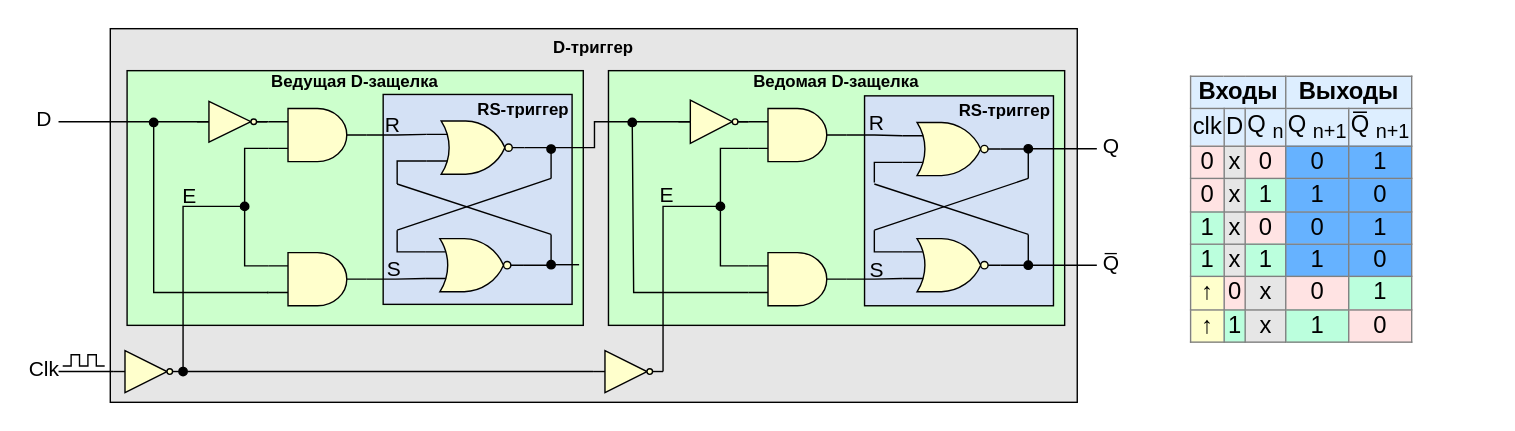
MPSU/APS keeps this draw.io diagram as .pic/Introduction/Sequential logic/fig_05.drawio.svg. Above is the earlier version. Source tidied: cells renumbered, new cells last; positions are measured from the earlier drawing's top-left corner, leaving out a move shared by most shapes.
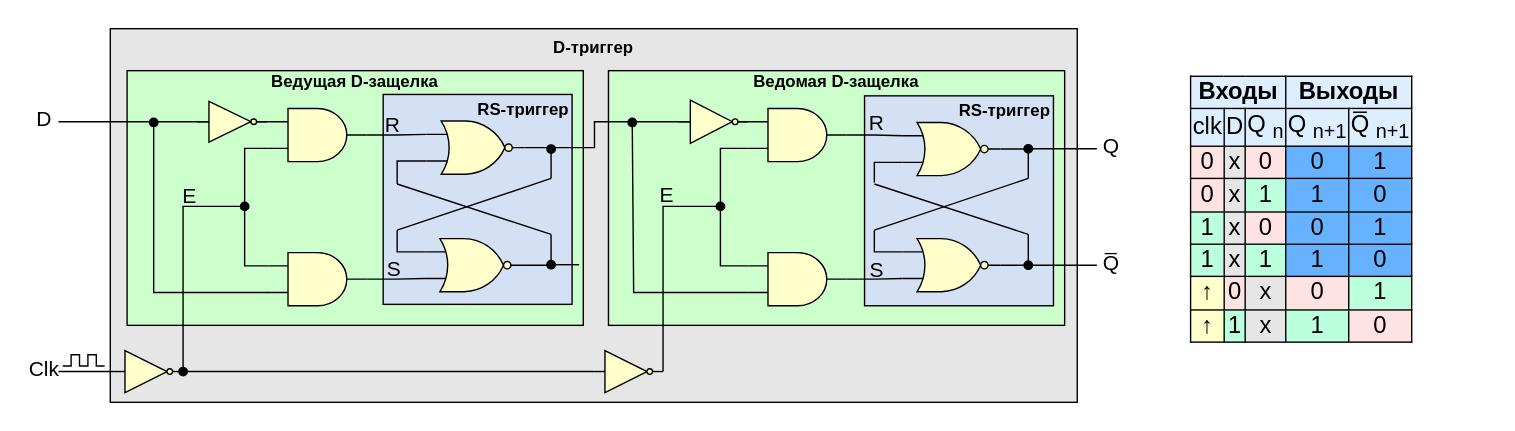
Later version of the same file.

Diff of the diagram source:
```diff
@@ -269,7 +269,7 @@
     <mxCell id="60" style="verticalLabelPosition=bottom;shadow=0;dashed=0;align=center;html=1;verticalAlign=top;shape=mxgraph.electrical.logic_gates.inverter_2;fillColor=#FFFFCC;" parent="1" vertex="1">
       <mxGeometry x="463" y="51" width="50" height="31" as="geometry" />
     </mxCell>
-    <mxCell id="61" value="&lt;table border=&quot;1&quot; class=&quot;wikitable&quot; style=&quot;text-align: center; font-size: 17px; border: 1px solid rgb(128, 128, 128); border-collapse: collapse;&quot; id=&quot;mwAjk&quot;&gt;&lt;tbody id=&quot;mwAjs&quot;&gt;&lt;tr style=&quot;background:#def;&quot; id=&quot;mwAjw&quot;&gt;&lt;td colspan=&quot;3&quot; style=&quot;border: 1px solid rgb(128, 128, 128);&quot;&gt;&lt;b&gt;Входы&lt;/b&gt;&lt;/td&gt;&lt;td colspan=&quot;2&quot; id=&quot;mwAj8&quot; style=&quot;border: 1px solid rgb(128, 128, 128);&quot;&gt;&lt;b id=&quot;mwAkA&quot;&gt;&lt;font style=&quot;font-size: 17px;&quot;&gt;Выходы&lt;/font&gt;&lt;/b&gt;&lt;/td&gt;&lt;/tr&gt;&lt;tr style=&quot;background:#def;&quot; id=&quot;mwAkE&quot;&gt;&lt;td style=&quot;border: 1px solid rgb(128, 128, 128);&quot;&gt;&amp;nbsp; clk&amp;nbsp;&lt;/td&gt;&lt;td id=&quot;mwAkI&quot; style=&quot;border: 1px solid rgb(128, 128, 128);&quot;&gt;&lt;font style=&quot;font-size: 17px;&quot;&gt;&amp;nbsp; &amp;nbsp;D&amp;nbsp; &amp;nbsp;&lt;/font&gt;&lt;/td&gt;&lt;td id=&quot;mwAkM&quot; style=&quot;border: 1px solid rgb(128, 128, 128);&quot;&gt;&lt;font style=&quot;font-size: 17px;&quot;&gt;&amp;nbsp; Q&lt;sub&gt;n&lt;/sub&gt;&amp;nbsp;&amp;nbsp;&lt;/font&gt;&lt;/td&gt;&lt;td id=&quot;mwAkQ&quot; style=&quot;border: 1px solid rgb(128, 128, 128);&quot;&gt;Q&lt;sub&gt;n+1&lt;/sub&gt;&lt;br&gt;&lt;/td&gt;&lt;td id=&quot;mwAkU&quot; style=&quot;border: 1px solid rgb(128, 128, 128);&quot;&gt;Q̅&lt;sub&gt;n+1&lt;/sub&gt;&lt;br&gt;&lt;/td&gt;&lt;/tr&gt;&lt;tr id=&quot;mwAko&quot;&gt;&lt;td style=&quot;background-color: rgb(255, 227, 227); border: 1px solid rgb(128, 128, 128);&quot;&gt;0&lt;/td&gt;&lt;td style=&quot;background-color: rgb(230, 230, 230); border: 1px solid rgb(128, 128, 128);&quot; id=&quot;mwAks&quot;&gt;&lt;font style=&quot;font-size: 17px;&quot;&gt;x&lt;/font&gt;&lt;/td&gt;&lt;td style=&quot;background-color: rgb(255, 227, 227); border: 1px solid rgb(128, 128, 128);&quot; id=&quot;mwAkw&quot;&gt;&lt;font style=&quot;font-size: 17px;&quot;&gt;0&lt;/font&gt;&lt;/td&gt;&lt;td style=&quot;background: rgb(102, 178, 255); color: black; vertical-align: middle; text-align: center; border: 1px solid rgb(128, 128, 128);&quot; class=&quot;table-no2&quot; data-mw=&quot;{&amp;quot;parts&amp;quot;:[&amp;quot;|| &amp;quot;,{&amp;quot;template&amp;quot;:{&amp;quot;target&amp;quot;:{&amp;quot;wt&amp;quot;:&amp;quot;no2&amp;quot;,&amp;quot;href&amp;quot;:&amp;quot;./Template:No2&amp;quot;},&amp;quot;params&amp;quot;:{&amp;quot;1&amp;quot;:{&amp;quot;wt&amp;quot;:&amp;quot;0&amp;quot;}},&amp;quot;i&amp;quot;:0}},&amp;quot; &amp;quot;]}&quot; id=&quot;mwASM&quot;&gt;&lt;font style=&quot;font-size: 17px;&quot;&gt;0&lt;/font&gt;&lt;/td&gt;&lt;td style=&quot;background: rgb(102, 178, 255); color: black; vertical-align: middle; text-align: center; border: 1px solid rgb(128, 128, 128);&quot; class=&quot;table-yes2&quot; data-mw=&quot;{&amp;quot;parts&amp;quot;:[&amp;quot;|| &amp;quot;,{&amp;quot;template&amp;quot;:{&amp;quot;target&amp;quot;:{&amp;quot;wt&amp;quot;:&amp;quot;yes2&amp;quot;,&amp;quot;href&amp;quot;:&amp;quot;./Template:Yes2&amp;quot;},&amp;quot;params&amp;quot;:{&amp;quot;1&amp;quot;:{&amp;quot;wt&amp;quot;:&amp;quot;1&amp;quot;}},&amp;quot;i&amp;quot;:0}},&amp;quot; &amp;quot;]}&quot; id=&quot;mwASc&quot;&gt;&lt;font style=&quot;font-size: 17px;&quot;&gt;1&lt;/font&gt;&lt;/td&gt;&lt;/tr&gt;&lt;tr id=&quot;mwAlM&quot;&gt;&lt;td style=&quot;background-color: rgb(255, 227, 227); border: 1px solid rgb(128, 128, 128);&quot;&gt;0&lt;/td&gt;&lt;td style=&quot;background-color: rgb(230, 230, 230); border: 1px solid rgb(128, 128, 128);&quot; id=&quot;mwAlQ&quot;&gt;&lt;font style=&quot;font-size: 17px;&quot;&gt;x&lt;/font&gt;&lt;/td&gt;&lt;td style=&quot;background-color: rgb(187, 255, 221); border: 1px solid rgb(128, 128, 128);&quot; id=&quot;mwAlU&quot;&gt;&lt;font style=&quot;font-size: 17px;&quot;&gt;1&lt;/font&gt;&lt;/td&gt;&lt;td style=&quot;background: rgb(102, 178, 255); color: black; vertical-align: middle; text-align: center; border: 1px solid rgb(128, 128, 128);&quot; class=&quot;table-no2&quot; data-mw=&quot;{&amp;quot;parts&amp;quot;:[&amp;quot;|| &amp;quot;,{&amp;quot;template&amp;quot;:{&amp;quot;target&amp;quot;:{&amp;quot;wt&amp;quot;:&amp;quot;no2&amp;quot;,&amp;quot;href&amp;quot;:&amp;quot;./Template:No2&amp;quot;},&amp;quot;params&amp;quot;:{&amp;quot;1&amp;quot;:{&amp;quot;wt&amp;quot;:&amp;quot;0&amp;quot;}},&amp;quot;i&amp;quot;:0}},&amp;quot; &amp;quot;]}&quot; id=&quot;mwASM&quot;&gt;1&lt;/td&gt;&lt;td style=&quot;background: rgb(102, 178, 255); color: black; vertical-align: middle; text-align: center; border: 1px solid rgb(128, 128, 128);&quot; class=&quot;table-yes2&quot; data-mw=&quot;{&amp;quot;parts&amp;quot;:[&amp;quot;|| &amp;quot;,{&amp;quot;template&amp;quot;:{&amp;quot;target&amp;quot;:{&amp;quot;wt&amp;quot;:&amp;quot;yes2&amp;quot;,&amp;quot;href&amp;quot;:&amp;quot;./Template:Yes2&amp;quot;},&amp;quot;params&amp;quot;:{&amp;quot;1&amp;quot;:{&amp;quot;wt&amp;quot;:&amp;quot;1&amp;quot;}},&amp;quot;i&amp;quot;:0}},&amp;quot; &amp;quot;]}&quot; id=&quot;mwASc&quot;&gt;&lt;font style=&quot;font-size: 17px;&quot;&gt;0&lt;/font&gt;&lt;/td&gt;&lt;/tr&gt;&lt;tr id=&quot;mwAlw&quot;&gt;&lt;td style=&quot;background-color: rgb(187, 255, 221); border: 1px solid rgb(128, 128, 128);&quot;&gt;1&lt;/td&gt;&lt;td style=&quot;background-color: rgb(230, 230, 230); border: 1px solid rgb(128, 128, 128);&quot; id=&quot;mwAl0&quot;&gt;&lt;font style=&quot;font-size: 17px;&quot;&gt;x&lt;/font&gt;&lt;/td&gt;&lt;td style=&quot;background-color: rgb(255, 227, 227); border: 1px solid rgb(128, 128, 128);&quot; id=&quot;mwAl4&quot;&gt;0&lt;/td&gt;&lt;td style=&quot;background: rgb(102, 178, 255); color: black; vertical-align: middle; text-align: center; border: 1px solid rgb(128, 128, 128);&quot; class=&quot;table-no2&quot; data-mw=&quot;{&amp;quot;parts&amp;quot;:[&amp;quot;|| &amp;quot;,{&amp;quot;template&amp;quot;:{&amp;quot;target&amp;quot;:{&amp;quot;wt&amp;quot;:&amp;quot;no2&amp;quot;,&amp;quot;href&amp;quot;:&amp;quot;./Template:No2&amp;quot;},&amp;quot;params&amp;quot;:{&amp;quot;1&amp;quot;:{&amp;quot;wt&amp;quot;:&amp;quot;0&amp;quot;}},&amp;quot;i&amp;quot;:0}},&amp;quot; &amp;quot;]}&quot; id=&quot;mwASM&quot;&gt;&lt;font style=&quot;font-size: 17px;&quot;&gt;0&lt;/font&gt;&lt;/td&gt;&lt;td style=&quot;background: rgb(102, 178, 255); color: black; vertical-align: middle; text-align: center; border: 1px solid rgb(128, 128, 128);&quot; class=&quot;table-yes2&quot; data-mw=&quot;{&amp;quot;parts&amp;quot;:[&amp;quot;|| &amp;quot;,{&amp;quot;template&amp;quot;:{&amp;quot;target&amp;quot;:{&amp;quot;wt&amp;quot;:&amp;quot;yes2&amp;quot;,&amp;quot;href&amp;quot;:&amp;quot;./Template:Yes2&amp;quot;},&amp;quot;params&amp;quot;:{&amp;quot;1&amp;quot;:{&amp;quot;wt&amp;quot;:&amp;quot;1&amp;quot;}},&amp;quot;i&amp;quot;:0}},&amp;quot; &amp;quot;]}&quot; id=&quot;mwASc&quot;&gt;&lt;font style=&quot;font-size: 17px;&quot;&gt;1&lt;/font&gt;&lt;/td&gt;&lt;/tr&gt;&lt;tr id=&quot;mwAmU&quot;&gt;&lt;td style=&quot;background-color: rgb(187, 255, 221); border: 1px solid rgb(128, 128, 128);&quot;&gt;1&lt;/td&gt;&lt;td style=&quot;background-color: rgb(230, 230, 230); border: 1px solid rgb(128, 128, 128);&quot; id=&quot;mwAmY&quot;&gt;&lt;font style=&quot;font-size: 17px;&quot;&gt;x&lt;/font&gt;&lt;/td&gt;&lt;td style=&quot;background-color: rgb(187, 255, 221); border: 1px solid rgb(128, 128, 128);&quot; id=&quot;mwAmc&quot;&gt;&lt;font style=&quot;font-size: 17px;&quot;&gt;1&lt;/font&gt;&lt;/td&gt;&lt;td style=&quot;background: rgb(102, 178, 255); color: black; vertical-align: middle; text-align: center; border: 1px solid rgb(128, 128, 128);&quot; class=&quot;table-yes2&quot; data-mw=&quot;{&amp;quot;parts&amp;quot;:[&amp;quot;|| &amp;quot;,{&amp;quot;template&amp;quot;:{&amp;quot;target&amp;quot;:{&amp;quot;wt&amp;quot;:&amp;quot;yes2&amp;quot;,&amp;quot;href&amp;quot;:&amp;quot;./Template:Yes2&amp;quot;},&amp;quot;params&amp;quot;:{&amp;quot;1&amp;quot;:{&amp;quot;wt&amp;quot;:&amp;quot;1&amp;quot;}},&amp;quot;i&amp;quot;:0}},&amp;quot; &amp;quot;]}&quot; id=&quot;mwASc&quot;&gt;&lt;font style=&quot;font-size: 17px;&quot;&gt;1&lt;/font&gt;&lt;/td&gt;&lt;td style=&quot;background: rgb(102, 178, 255); color: black; vertical-align: middle; text-align: center; border: 1px solid rgb(128, 128, 128);&quot; class=&quot;table-no2&quot; data-mw=&quot;{&amp;quot;parts&amp;quot;:[&amp;quot;|| &amp;quot;,{&amp;quot;template&amp;quot;:{&amp;quot;target&amp;quot;:{&amp;quot;wt&amp;quot;:&amp;quot;no2&amp;quot;,&amp;quot;href&amp;quot;:&amp;quot;./Template:No2&amp;quot;},&amp;quot;params&amp;quot;:{&amp;quot;1&amp;quot;:{&amp;quot;wt&amp;quot;:&amp;quot;0&amp;quot;}},&amp;quot;i&amp;quot;:0}},&amp;quot; &amp;quot;]}&quot; id=&quot;mwASM&quot;&gt;&lt;font style=&quot;font-size: 17px;&quot;&gt;0&lt;/font&gt;&lt;/td&gt;&lt;/tr&gt;&lt;tr&gt;&lt;td style=&quot;background-color: rgb(255, 255, 204); border: 1px solid rgb(128, 128, 128);&quot;&gt;&lt;span style=&quot;&quot;&gt;↑&lt;/span&gt;&lt;/td&gt;&lt;td style=&quot;background-color: rgb(255, 227, 227); border: 1px solid rgb(128, 128, 128);&quot;&gt;0&lt;/td&gt;&lt;td style=&quot;background-color: rgb(230, 230, 230); border: 1px solid rgb(128, 128, 128);&quot;&gt;x&lt;/td&gt;&lt;td style=&quot;background-color: rgb(255, 227, 227); border: 1px solid rgb(128, 128, 128);&quot;&gt;0&lt;/td&gt;&lt;td style=&quot;background-color: rgb(187, 255, 221); border: 1px solid rgb(128, 128, 128);&quot;&gt;1&lt;/td&gt;&lt;/tr&gt;&lt;tr&gt;&lt;td style=&quot;background-color: rgb(255, 255, 204); border: 1px solid rgb(128, 128, 128);&quot;&gt;&lt;span style=&quot;&quot;&gt;↑&lt;/span&gt;&lt;br&gt;&lt;/td&gt;&lt;td style=&quot;background-color: rgb(187, 255, 221); border: 1px solid rgb(128, 128, 128);&quot;&gt;1&lt;/td&gt;&lt;td style=&quot;background-color: rgb(230, 230, 230); border: 1px solid rgb(128, 128, 128);&quot;&gt;x&lt;/td&gt;&lt;td style=&quot;background-color: rgb(187, 255, 221); border: 1px solid rgb(128, 128, 128);&quot;&gt;1&lt;/td&gt;&lt;td style=&quot;background-color: rgb(255, 227, 227); border: 1px solid rgb(128, 128, 128);&quot;&gt;0&lt;/td&gt;&lt;/tr&gt;&lt;/tbody&gt;&lt;/table&gt;" style="text;whiteSpace=wrap;html=1;" parent="1" vertex="1">
+    <mxCell id="61" value="&lt;table border=&quot;1&quot; class=&quot;wikitable&quot; style=&quot;text-align: center; font-size: 17px; border: 1px solid rgb(0, 0, 0); border-collapse: collapse;&quot; id=&quot;mwAjk&quot;&gt;&lt;tbody id=&quot;mwAjs&quot;&gt;&lt;tr style=&quot;background:#def;&quot; id=&quot;mwAjw&quot;&gt;&lt;td colspan=&quot;3&quot; style=&quot;border: 1px solid rgb(0, 0, 0);&quot;&gt;&lt;b&gt;Входы&lt;/b&gt;&lt;/td&gt;&lt;td colspan=&quot;2&quot; id=&quot;mwAj8&quot; style=&quot;border: 1px solid rgb(0, 0, 0);&quot;&gt;&lt;b id=&quot;mwAkA&quot;&gt;&lt;font style=&quot;font-size: 17px;&quot;&gt;Выходы&lt;/font&gt;&lt;/b&gt;&lt;/td&gt;&lt;/tr&gt;&lt;tr style=&quot;background:#def;&quot; id=&quot;mwAkE&quot;&gt;&lt;td style=&quot;border: 1px solid rgb(0, 0, 0);&quot;&gt;&amp;nbsp; clk&amp;nbsp;&lt;/td&gt;&lt;td id=&quot;mwAkI&quot; style=&quot;border: 1px solid rgb(0, 0, 0);&quot;&gt;&lt;font style=&quot;font-size: 17px;&quot;&gt;&amp;nbsp; &amp;nbsp;D&amp;nbsp; &amp;nbsp;&lt;/font&gt;&lt;/td&gt;&lt;td id=&quot;mwAkM&quot; style=&quot;border: 1px solid rgb(0, 0, 0);&quot;&gt;&lt;font style=&quot;font-size: 17px;&quot;&gt;&amp;nbsp; Q&lt;sub&gt;n&lt;/sub&gt;&amp;nbsp;&amp;nbsp;&lt;/font&gt;&lt;/td&gt;&lt;td id=&quot;mwAkQ&quot; style=&quot;border: 1px solid rgb(0, 0, 0);&quot;&gt;Q&lt;sub&gt;n+1&lt;/sub&gt;&lt;br&gt;&lt;/td&gt;&lt;td id=&quot;mwAkU&quot; style=&quot;border: 1px solid rgb(0, 0, 0);&quot;&gt;Q̅&lt;sub&gt;n+1&lt;/sub&gt;&lt;br&gt;&lt;/td&gt;&lt;/tr&gt;&lt;tr id=&quot;mwAko&quot;&gt;&lt;td style=&quot;background-color: rgb(255, 227, 227); border: 1px solid rgb(0, 0, 0);&quot;&gt;0&lt;/td&gt;&lt;td style=&quot;background-color: rgb(230, 230, 230); border: 1px solid rgb(0, 0, 0);&quot; id=&quot;mwAks&quot;&gt;&lt;font style=&quot;font-size: 17px;&quot;&gt;x&lt;/font&gt;&lt;/td&gt;&lt;td style=&quot;background-color: rgb(255, 227, 227); border: 1px solid rgb(0, 0, 0);&quot; id=&quot;mwAkw&quot;&gt;&lt;font style=&quot;font-size: 17px;&quot;&gt;0&lt;/font&gt;&lt;/td&gt;&lt;td style=&quot;background: rgb(102, 178, 255); color: black; vertical-align: middle; text-align: center; border: 1px solid rgb(0, 0, 0);&quot; class=&quot;table-no2&quot; data-mw=&quot;{&amp;quot;parts&amp;quot;:[&amp;quot;|| &amp;quot;,{&amp;quot;template&amp;quot;:{&amp;quot;target&amp;quot;:{&amp;quot;wt&amp;quot;:&amp;quot;no2&amp;quot;,&amp;quot;href&amp;quot;:&amp;quot;./Template:No2&amp;quot;},&amp;quot;params&amp;quot;:{&amp;quot;1&amp;quot;:{&amp;quot;wt&amp;quot;:&amp;quot;0&amp;quot;}},&amp;quot;i&amp;quot;:0}},&amp;quot; &amp;quot;]}&quot; id=&quot;mwASM&quot;&gt;&lt;font style=&quot;font-size: 17px;&quot;&gt;0&lt;/font&gt;&lt;/td&gt;&lt;td style=&quot;background: rgb(102, 178, 255); color: black; vertical-align: middle; text-align: center; border: 1px solid rgb(0, 0, 0);&quot; class=&quot;table-yes2&quot; data-mw=&quot;{&amp;quot;parts&amp;quot;:[&amp;quot;|| &amp;quot;,{&amp;quot;template&amp;quot;:{&amp;quot;target&amp;quot;:{&amp;quot;wt&amp;quot;:&amp;quot;yes2&amp;quot;,&amp;quot;href&amp;quot;:&amp;quot;./Template:Yes2&amp;quot;},&amp;quot;params&amp;quot;:{&amp;quot;1&amp;quot;:{&amp;quot;wt&amp;quot;:&amp;quot;1&amp;quot;}},&amp;quot;i&amp;quot;:0}},&amp;quot; &amp;quot;]}&quot; id=&quot;mwASc&quot;&gt;&lt;font style=&quot;font-size: 17px;&quot;&gt;1&lt;/font&gt;&lt;/td&gt;&lt;/tr&gt;&lt;tr id=&quot;mwAlM&quot;&gt;&lt;td style=&quot;background-color: rgb(255, 227, 227); border: 1px solid rgb(0, 0, 0);&quot;&gt;0&lt;/td&gt;&lt;td style=&quot;background-color: rgb(230, 230, 230); border: 1px solid rgb(0, 0, 0);&quot; id=&quot;mwAlQ&quot;&gt;&lt;font style=&quot;font-size: 17px;&quot;&gt;x&lt;/font&gt;&lt;/td&gt;&lt;td style=&quot;background-color: rgb(187, 255, 221); border: 1px solid rgb(0, 0, 0);&quot; id=&quot;mwAlU&quot;&gt;&lt;font style=&quot;font-size: 17px;&quot;&gt;1&lt;/font&gt;&lt;/td&gt;&lt;td style=&quot;background: rgb(102, 178, 255); color: black; vertical-align: middle; text-align: center; border: 1px solid rgb(0, 0, 0);&quot; class=&quot;table-no2&quot; data-mw=&quot;{&amp;quot;parts&amp;quot;:[&amp;quot;|| &amp;quot;,{&amp;quot;template&amp;quot;:{&amp;quot;target&amp;quot;:{&amp;quot;wt&amp;quot;:&amp;quot;no2&amp;quot;,&amp;quot;href&amp;quot;:&amp;quot;./Template:No2&amp;quot;},&amp;quot;params&amp;quot;:{&amp;quot;1&amp;quot;:{&amp;quot;wt&amp;quot;:&amp;quot;0&amp;quot;}},&amp;quot;i&amp;quot;:0}},&amp;quot; &amp;quot;]}&quot; id=&quot;mwASM&quot;&gt;1&lt;/td&gt;&lt;td style=&quot;background: rgb(102, 178, 255); color: black; vertical-align: middle; text-align: center; border: 1px solid rgb(0, 0, 0);&quot; class=&quot;table-yes2&quot; data-mw=&quot;{&amp;quot;parts&amp;quot;:[&amp;quot;|| &amp;quot;,{&amp;quot;template&amp;quot;:{&amp;quot;target&amp;quot;:{&amp;quot;wt&amp;quot;:&amp;quot;yes2&amp;quot;,&amp;quot;href&amp;quot;:&amp;quot;./Template:Yes2&amp;quot;},&amp;quot;params&amp;quot;:{&amp;quot;1&amp;quot;:{&amp;quot;wt&amp;quot;:&amp;quot;1&amp;quot;}},&amp;quot;i&amp;quot;:0}},&amp;quot; &amp;quot;]}&quot; id=&quot;mwASc&quot;&gt;&lt;font style=&quot;font-size: 17px;&quot;&gt;0&lt;/font&gt;&lt;/td&gt;&lt;/tr&gt;&lt;tr id=&quot;mwAlw&quot;&gt;&lt;td style=&quot;background-color: rgb(187, 255, 221); border: 1px solid rgb(0, 0, 0);&quot;&gt;1&lt;/td&gt;&lt;td style=&quot;background-color: rgb(230, 230, 230); border: 1px solid rgb(0, 0, 0);&quot; id=&quot;mwAl0&quot;&gt;&lt;font style=&quot;font-size: 17px;&quot;&gt;x&lt;/font&gt;&lt;/td&gt;&lt;td style=&quot;background-color: rgb(255, 227, 227); border: 1px solid rgb(0, 0, 0);&quot; id=&quot;mwAl4&quot;&gt;0&lt;/td&gt;&lt;td style=&quot;background: rgb(102, 178, 255); color: black; vertical-align: middle; text-align: center; border: 1px solid rgb(0, 0, 0);&quot; class=&quot;table-no2&quot; data-mw=&quot;{&amp;quot;parts&amp;quot;:[&amp;quot;|| &amp;quot;,{&amp;quot;template&amp;quot;:{&amp;quot;target&amp;quot;:{&amp;quot;wt&amp;quot;:&amp;quot;no2&amp;quot;,&amp;quot;href&amp;quot;:&amp;quot;./Template:No2&amp;quot;},&amp;quot;params&amp;quot;:{&amp;quot;1&amp;quot;:{&amp;quot;wt&amp;quot;:&amp;quot;0&amp;quot;}},&amp;quot;i&amp;quot;:0}},&amp;quot; &amp;quot;]}&quot; id=&quot;mwASM&quot;&gt;&lt;font style=&quot;font-size: 17px;&quot;&gt;0&lt;/font&gt;&lt;/td&gt;&lt;td style=&quot;background: rgb(102, 178, 255); color: black; vertical-align: middle; text-align: center; border: 1px solid rgb(0, 0, 0);&quot; class=&quot;table-yes2&quot; data-mw=&quot;{&amp;quot;parts&amp;quot;:[&amp;quot;|| &amp;quot;,{&amp;quot;template&amp;quot;:{&amp;quot;target&amp;quot;:{&amp;quot;wt&amp;quot;:&amp;quot;yes2&amp;quot;,&amp;quot;href&amp;quot;:&amp;quot;./Template:Yes2&amp;quot;},&amp;quot;params&amp;quot;:{&amp;quot;1&amp;quot;:{&amp;quot;wt&amp;quot;:&amp;quot;1&amp;quot;}},&amp;quot;i&amp;quot;:0}},&amp;quot; &amp;quot;]}&quot; id=&quot;mwASc&quot;&gt;&lt;font style=&quot;font-size: 17px;&quot;&gt;1&lt;/font&gt;&lt;/td&gt;&lt;/tr&gt;&lt;tr id=&quot;mwAmU&quot;&gt;&lt;td style=&quot;background-color: rgb(187, 255, 221); border: 1px solid rgb(0, 0, 0);&quot;&gt;1&lt;/td&gt;&lt;td style=&quot;background-color: rgb(230, 230, 230); border: 1px solid rgb(0, 0, 0);&quot; id=&quot;mwAmY&quot;&gt;&lt;font style=&quot;font-size: 17px;&quot;&gt;x&lt;/font&gt;&lt;/td&gt;&lt;td style=&quot;background-color: rgb(187, 255, 221); border: 1px solid rgb(0, 0, 0);&quot; id=&quot;mwAmc&quot;&gt;&lt;font style=&quot;font-size: 17px;&quot;&gt;1&lt;/font&gt;&lt;/td&gt;&lt;td style=&quot;background: rgb(102, 178, 255); color: black; vertical-align: middle; text-align: center; border: 1px solid rgb(0, 0, 0);&quot; class=&quot;table-yes2&quot; data-mw=&quot;{&amp;quot;parts&amp;quot;:[&amp;quot;|| &amp;quot;,{&amp;quot;template&amp;quot;:{&amp;quot;target&amp;quot;:{&amp;quot;wt&amp;quot;:&amp;quot;yes2&amp;quot;,&amp;quot;href&amp;quot;:&amp;quot;./Template:Yes2&amp;quot;},&amp;quot;params&amp;quot;:{&amp;quot;1&amp;quot;:{&amp;quot;wt&amp;quot;:&amp;quot;1&amp;quot;}},&amp;quot;i&amp;quot;:0}},&amp;quot; &amp;quot;]}&quot; id=&quot;mwASc&quot;&gt;&lt;font style=&quot;font-size: 17px;&quot;&gt;1&lt;/font&gt;&lt;/td&gt;&lt;td style=&quot;background: rgb(102, 178, 255); color: black; vertical-align: middle; text-align: center; border: 1px solid rgb(0, 0, 0);&quot; class=&quot;table-no2&quot; data-mw=&quot;{&amp;quot;parts&amp;quot;:[&amp;quot;|| &amp;quot;,{&amp;quot;template&amp;quot;:{&amp;quot;target&amp;quot;:{&amp;quot;wt&amp;quot;:&amp;quot;no2&amp;quot;,&amp;quot;href&amp;quot;:&amp;quot;./Template:No2&amp;quot;},&amp;quot;params&amp;quot;:{&amp;quot;1&amp;quot;:{&amp;quot;wt&amp;quot;:&amp;quot;0&amp;quot;}},&amp;quot;i&amp;quot;:0}},&amp;quot; &amp;quot;]}&quot; id=&quot;mwASM&quot;&gt;&lt;font style=&quot;font-size: 17px;&quot;&gt;0&lt;/font&gt;&lt;/td&gt;&lt;/tr&gt;&lt;tr&gt;&lt;td style=&quot;background-color: rgb(255, 255, 204); border: 1px solid rgb(0, 0, 0);&quot;&gt;&lt;span style=&quot;&quot;&gt;↑&lt;/span&gt;&lt;/td&gt;&lt;td style=&quot;background-color: rgb(255, 227, 227); border: 1px solid rgb(0, 0, 0);&quot;&gt;0&lt;/td&gt;&lt;td style=&quot;background-color: rgb(230, 230, 230); border: 1px solid rgb(0, 0, 0);&quot;&gt;x&lt;/td&gt;&lt;td style=&quot;background-color: rgb(255, 227, 227); border: 1px solid rgb(0, 0, 0);&quot;&gt;0&lt;/td&gt;&lt;td style=&quot;background-color: rgb(187, 255, 221); border: 1px solid rgb(0, 0, 0);&quot;&gt;1&lt;/td&gt;&lt;/tr&gt;&lt;tr&gt;&lt;td style=&quot;background-color: rgb(255, 255, 204); border: 1px solid rgb(0, 0, 0);&quot;&gt;&lt;span style=&quot;&quot;&gt;↑&lt;/span&gt;&lt;br&gt;&lt;/td&gt;&lt;td style=&quot;background-color: rgb(187, 255, 221); border: 1px solid rgb(0, 0, 0);&quot;&gt;1&lt;/td&gt;&lt;td style=&quot;background-color: rgb(230, 230, 230); border: 1px solid rgb(0, 0, 0);&quot;&gt;x&lt;/td&gt;&lt;td style=&quot;background-color: rgb(187, 255, 221); border: 1px solid rgb(0, 0, 0);&quot;&gt;1&lt;/td&gt;&lt;td style=&quot;background-color: rgb(255, 227, 227); border: 1px solid rgb(0, 0, 0);&quot;&gt;0&lt;/td&gt;&lt;/tr&gt;&lt;/tbody&gt;&lt;/table&gt;" style="text;whiteSpace=wrap;html=1;" parent="1" vertex="1">
       <mxGeometry x="827" y="27" width="213" height="210" as="geometry" />
     </mxCell>
   </root>
```
